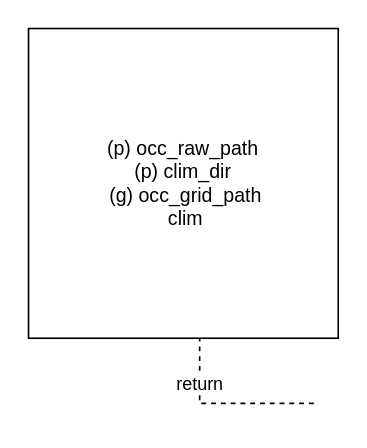
This is Untitled Diagram.drawio from largeseabass/store_flowchart, a draw.io file, before an edit. Source tidied: cells renumbered, new cells numbered last; positions are measured from the earlier drawing's top-left corner, leaving out a move shared by most shapes. Both pictures are drawn from the tidied source at 163%, with x=0, y=0 at pixel (28, 28).
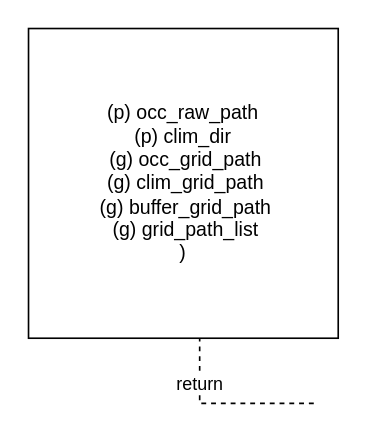
The same diagram, later.

The edit, as a diff of the source:
```diff
@@
 <mxGraphModel>
   <root>
     <mxCell id="0" />
     <mxCell id="1" parent="0" />
     <mxCell id="2" value="dispatch" style="html=1;verticalAlign=bottom;endArrow=block;edgeStyle=elbowEdgeStyle;elbow=vertical;curved=0;rounded=0;" parent="1" edge="1">
       <mxGeometry relative="1" as="geometry">
         <mxPoint x="105" y="80" as="sourcePoint" />
         <mxPoint x="175" y="70" as="targetPoint" />
         <Array as="points">
           <mxPoint x="90" y="70" />
         </Array>
       </mxGeometry>
     </mxCell>
     <mxCell id="3" value="return" style="html=1;verticalAlign=bottom;endArrow=open;dashed=1;endSize=8;edgeStyle=elbowEdgeStyle;elbow=vertical;curved=0;rounded=0;" parent="1" edge="1">
       <mxGeometry relative="1" as="geometry">
         <mxPoint x="175" y="230" as="sourcePoint" />
         <mxPoint x="105" y="155" as="targetPoint" />
         <Array as="points">
           <mxPoint x="100" y="230" />
         </Array>
       </mxGeometry>
     </mxCell>
     <mxCell id="4" value="callback" style="html=1;verticalAlign=bottom;endArrow=block;edgeStyle=elbowEdgeStyle;elbow=vertical;curved=0;rounded=0;" parent="1" edge="1">
       <mxGeometry relative="1" as="geometry">
         <mxPoint x="175" y="110" as="sourcePoint" />
         <Array as="points">
           <mxPoint x="100" y="110" />
         </Array>
       </mxGeometry>
     </mxCell>
     <mxCell id="5" value="return" style="html=1;verticalAlign=bottom;endArrow=open;dashed=1;endSize=8;edgeStyle=elbowEdgeStyle;elbow=vertical;curved=0;rounded=0;" parent="1" edge="1">
       <mxGeometry relative="1" as="geometry">
         <mxPoint x="175" y="180" as="targetPoint" />
         <Array as="points">
           <mxPoint x="90" y="180" />
         </Array>
       </mxGeometry>
     </mxCell>
-    <mxCell id="6" value="(p) occ_raw_path&lt;br&gt;(p) clim_dir&lt;br&gt;&amp;nbsp;(g) occ_grid_path&lt;br&gt;&amp;nbsp;clim" style="whiteSpace=wrap;html=1;" parent="1" vertex="1">
+    <mxCell id="6" value="(p) occ_raw_path&lt;br&gt;(p) clim_dir&lt;br&gt;&amp;nbsp;(g) occ_grid_path&lt;br&gt;&amp;nbsp;(g) clim_grid_path&lt;br&gt;&amp;nbsp;(g) buffer_grid_path&lt;br&gt;&amp;nbsp;(g) grid_path_list&lt;br&gt;)" style="whiteSpace=wrap;html=1;" parent="1" vertex="1">
       <mxGeometry width="190" height="190" as="geometry" />
     </mxCell>
   </root>
 </mxGraphModel>
```
